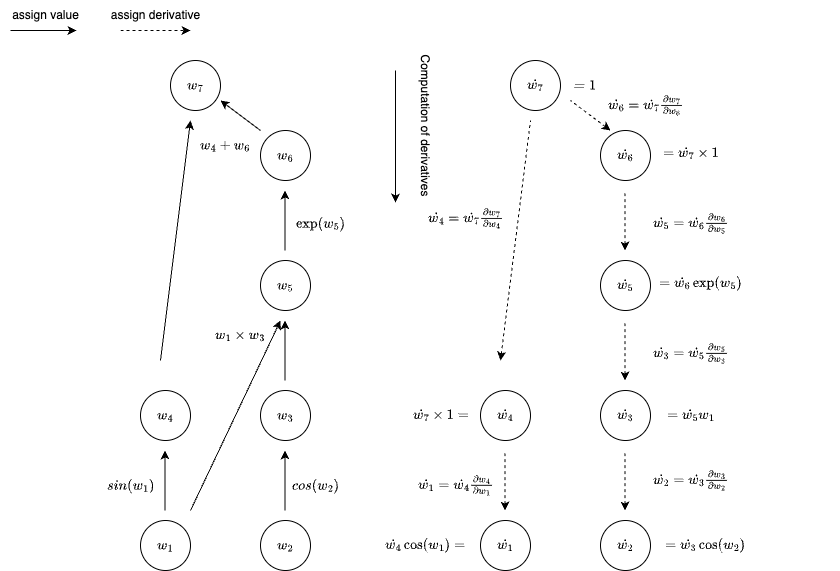
This is static/autodiff/reverse.png from levi0206/lerblog2, a draw.io export, as it was before one commit. Source tidied: cells renumbered, new cells last; positions are measured from the earlier drawing's top-left corner, leaving out a move shared by most shapes.
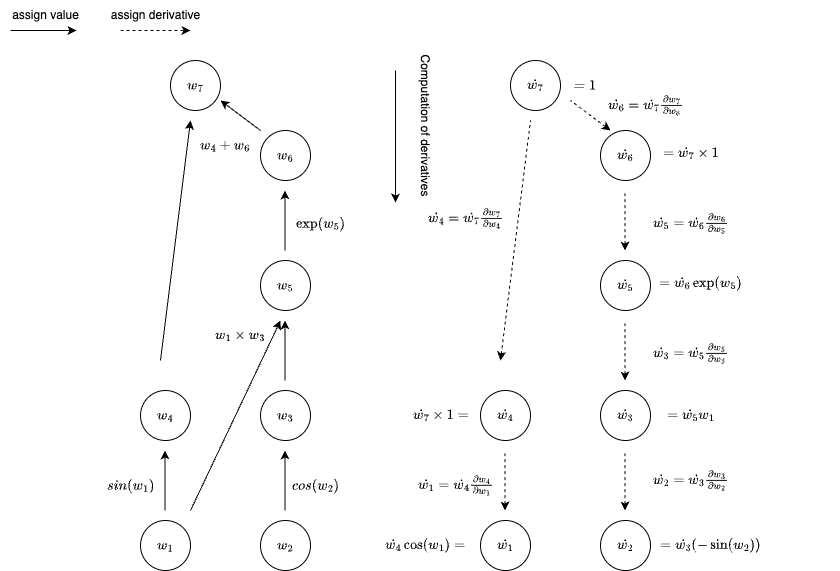
The same file after the commit.

The edit, as a diff of the source:
```diff
@@ -197,8 +197,8 @@
     <mxCell id="50" value="\(\dot{w_3}=\dot{w_5}\frac{\partial w_5}{\partial w_3}&lt;br&gt;\)" style="text;html=1;align=center;verticalAlign=middle;strokeColor=none;fillColor=none;" parent="1" vertex="1">
       <mxGeometry x="540" y="333" width="300" height="40" as="geometry" />
     </mxCell>
-    <mxCell id="51" value="\(=\dot{w_3}\cos(w_2)\)" style="text;html=1;align=center;verticalAlign=middle;strokeColor=none;fillColor=none;" parent="1" vertex="1">
-      <mxGeometry x="630" y="530" width="150" height="30" as="geometry" />
+    <mxCell id="51" value="\(=\dot{w_3}(-\sin(w_2))\)" style="text;html=1;align=center;verticalAlign=middle;strokeColor=none;fillColor=none;" parent="1" vertex="1">
+      <mxGeometry x="630" y="530" width="160" height="30" as="geometry" />
     </mxCell>
     <mxCell id="52" value="\(\dot{w_4}=\dot{w_7}\frac{\partial w_7}{\partial w_4}\)" style="text;html=1;align=center;verticalAlign=middle;strokeColor=none;fillColor=none;" parent="1" vertex="1">
       <mxGeometry x="310" y="203" width="310" height="30" as="geometry" />
```
